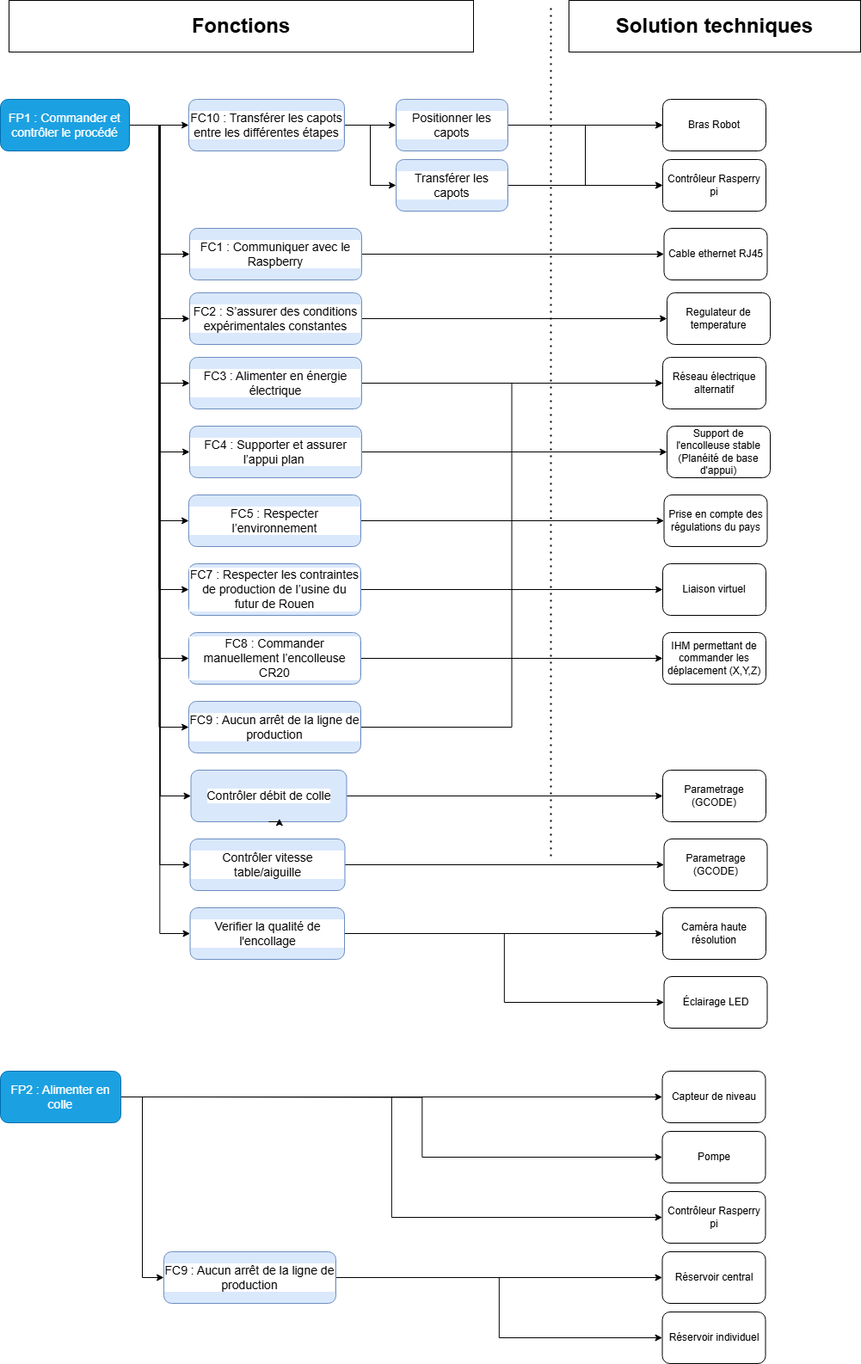
Above: PDCA4 (Analyse fonctionnelle)/FAST DIAGRAM/Diagramme_FAST.drawio.png in CharifMah/Systemes_automatises (draw.io), before the change. Source tidied: cells renumbered, new cells last; positions are measured from the earlier drawing's top-left corner, leaving out a move shared by most shapes.
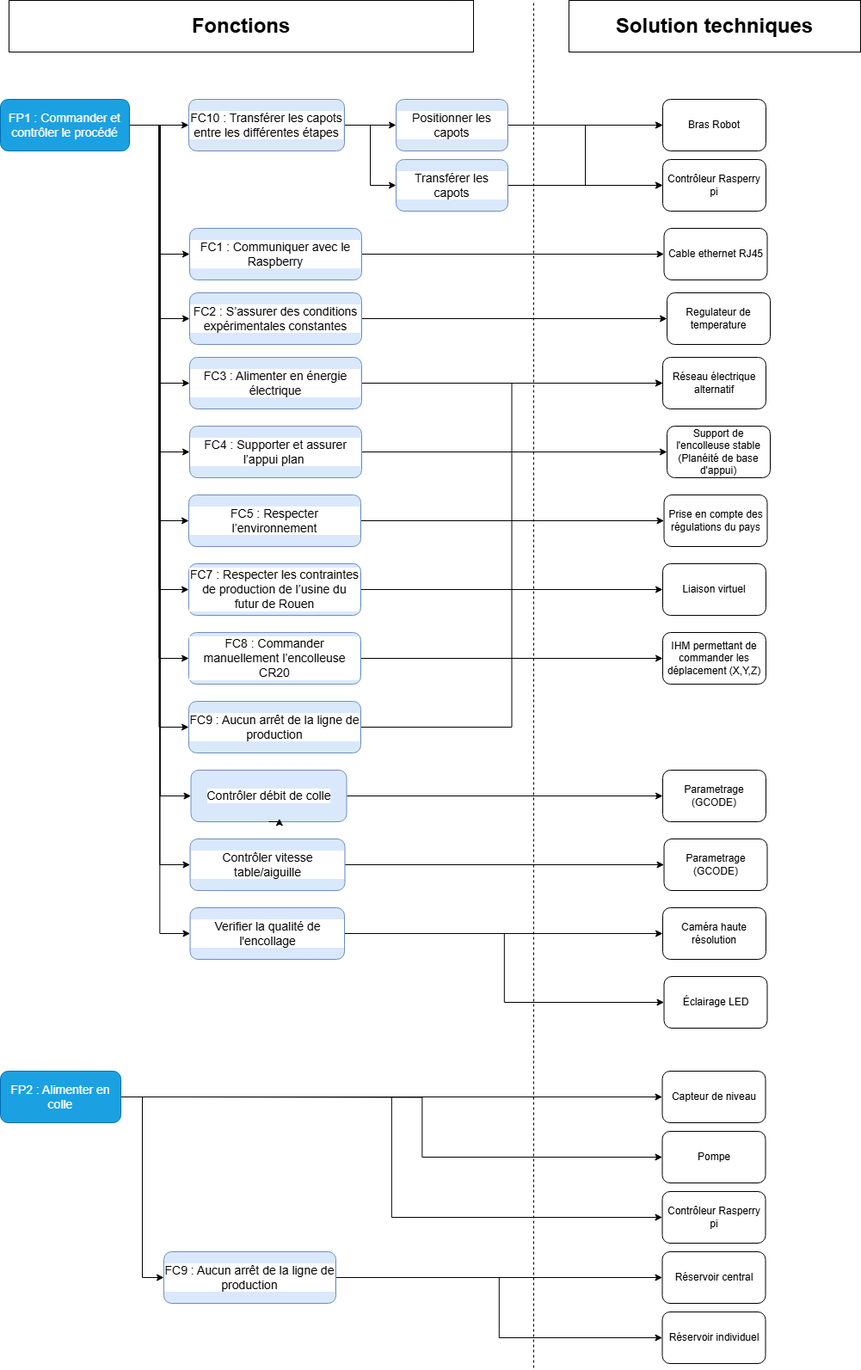
Later version of the same file.

Diff of the diagram source:
```diff
@@ -79,12 +79,6 @@
     <mxCell id="26" value="&lt;span&gt;&lt;font style=&quot;font-size: 14px; color: light-dark(rgb(255, 255, 255), rgb(0, 0, 0));&quot;&gt;FP1 : Commander et contrôler le procédé&lt;/font&gt;&lt;/span&gt;" style="rounded=1;whiteSpace=wrap;html=1;fillColor=#1ba1e2;fontColor=#ffffff;strokeColor=#006EAF;fontFamily=Helvetica;" parent="1" vertex="1">
       <mxGeometry y="115" width="150" height="60" as="geometry" />
     </mxCell>
-    <mxCell id="27" style="endArrow=none;dashed=1;html=1;dashPattern=1 3;strokeWidth=2;rounded=0;fontFamily=Helvetica;" parent="1" edge="1">
-      <mxGeometry relative="1" as="geometry">
-        <mxPoint x="640" y="115" as="sourcePoint" />
-        <mxPoint x="640" y="5" as="targetPoint" />
-      </mxGeometry>
-    </mxCell>
     <mxCell id="28" value="&lt;h1&gt;&lt;br&gt;&lt;/h1&gt;" style="text;html=1;align=center;verticalAlign=middle;whiteSpace=wrap;rounded=0;fontFamily=Helvetica;" parent="1" vertex="1">
       <mxGeometry x="700" y="15" width="270" height="30" as="geometry" />
     </mxCell>
@@ -169,12 +163,6 @@
     <mxCell id="55" value="&lt;font style=&quot;font-size: 14px;&quot;&gt;FC10 :&amp;nbsp;&lt;/font&gt;&lt;span style=&quot;font-size: 14px; background-color: light-dark(#ffffff, var(--ge-dark-color, #121212)); color: light-dark(rgb(0, 0, 0), rgb(255, 255, 255));&quot;&gt;Transférer les capots entre les différentes étapes&lt;/span&gt;" style="rounded=1;whiteSpace=wrap;html=1;labelBackgroundColor=default;labelBorderColor=none;textShadow=0;fillColor=#dae8fc;strokeColor=#6c8ebf;fontFamily=Helvetica;" parent="1" vertex="1">
       <mxGeometry x="219" y="115" width="181" height="60" as="geometry" />
     </mxCell>
-    <mxCell id="56" style="endArrow=none;dashed=1;html=1;dashPattern=1 3;strokeWidth=2;rounded=0;fontFamily=Helvetica;" parent="1" edge="1">
-      <mxGeometry relative="1" as="geometry">
-        <mxPoint x="640" y="995" as="sourcePoint" />
-        <mxPoint x="640" y="115" as="targetPoint" />
-      </mxGeometry>
-    </mxCell>
     <mxCell id="57" style="edgeStyle=orthogonalEdgeStyle;rounded=0;jettySize=auto;html=1;" parent="1" edge="1" source="59" target="35">
       <mxGeometry relative="1" as="geometry" />
     </mxCell>
@@ -241,5 +229,11 @@
     <mxCell id="78" value="Réservoir individuel" style="rounded=1;whiteSpace=wrap;html=1;fontFamily=Helvetica;" parent="1" vertex="1">
       <mxGeometry x="769.5" y="1525" width="120" height="60" as="geometry" />
     </mxCell>
+    <mxCell id="79" style="endArrow=none;html=1;rounded=0;dashed=1;" parent="1" edge="1">
+      <mxGeometry relative="1" as="geometry">
+        <mxPoint x="620" y="1590" as="sourcePoint" />
+        <mxPoint x="620" as="targetPoint" />
+      </mxGeometry>
+    </mxCell>
   </root>
 </mxGraphModel>
```
